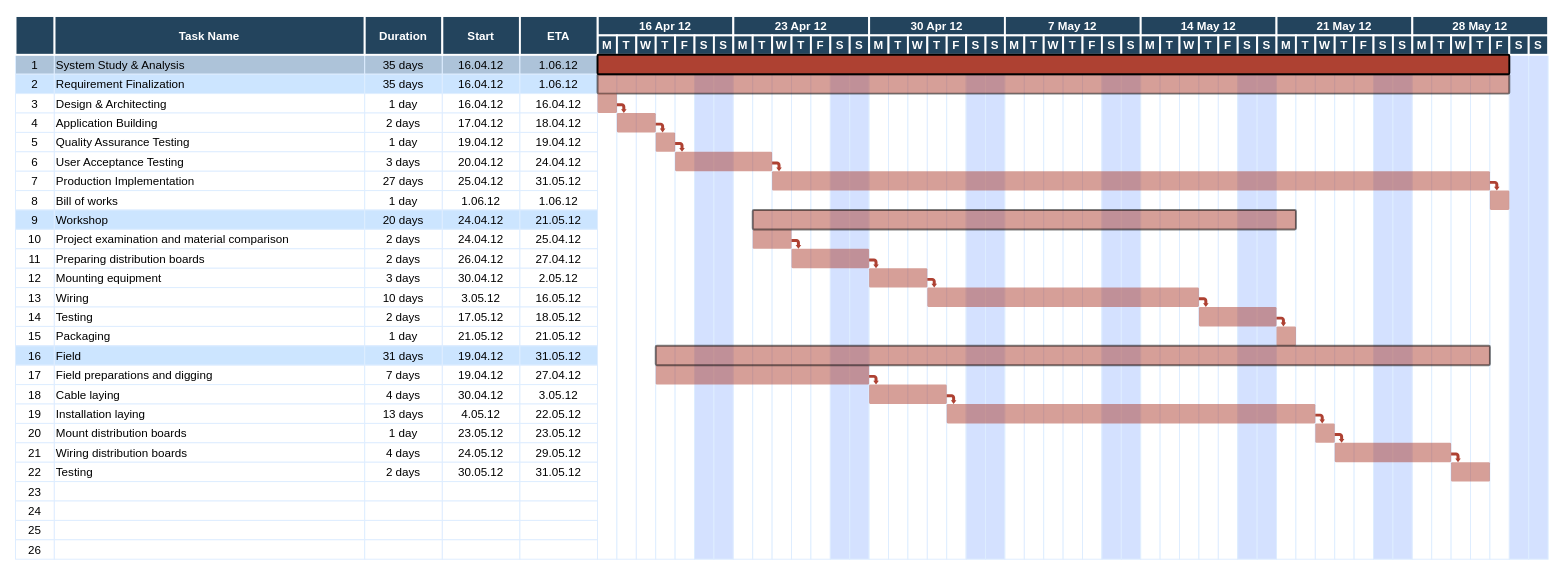
This is Untitled Diagram.drawio from sourav4371/sourav, a draw.io file, before an edit. Source tidied: cells renumbered, new cells numbered last; positions are measured from the earlier drawing's top-left corner, leaving out a move shared by most shapes. Both pictures are drawn from the tidied source at 97%, with x=0, y=0 at pixel (15, 16).
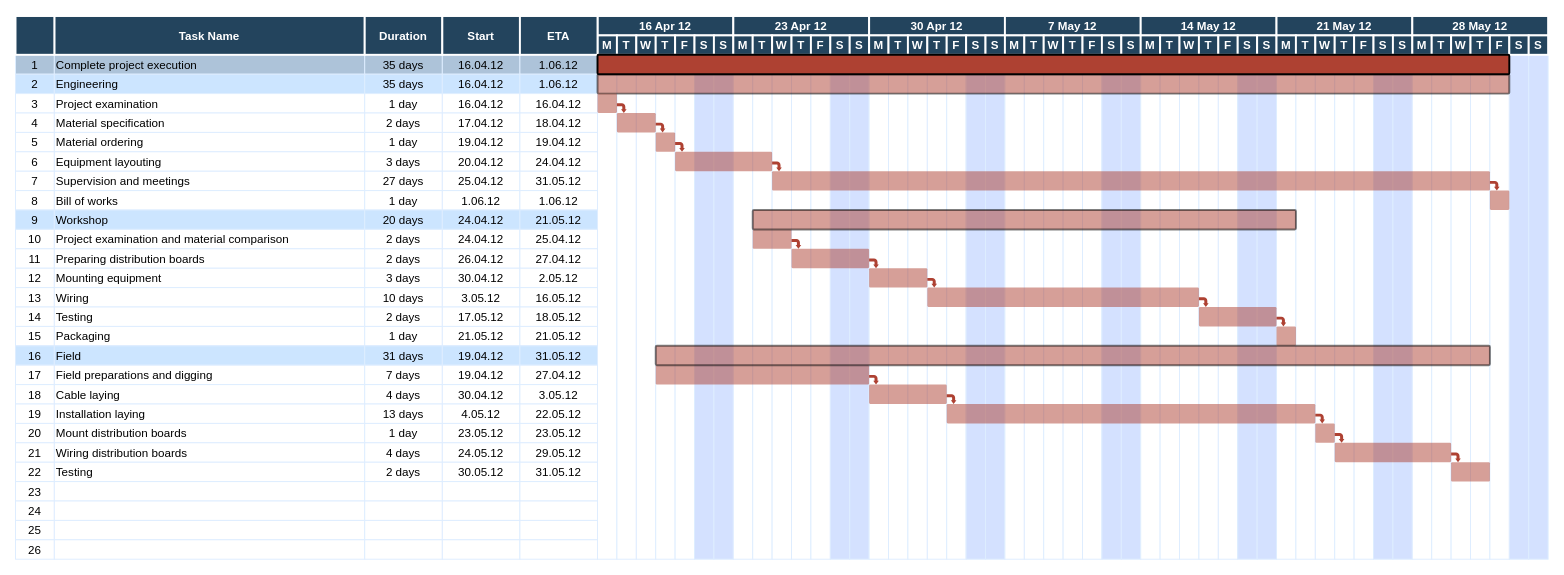
The same diagram, later.

What changed in the source:
```diff
@@
-    <mxCell id="3" value="System Study &amp; Analysis" style="align=left;strokeColor=#DEEDFF;fillColor=#ADC3D9;" parent="1" vertex="1">
+    <mxCell id="3" value="Complete project execution" style="align=left;strokeColor=#DEEDFF;fillColor=#ADC3D9;" parent="1" vertex="1">
       <mxGeometry x="40.5" y="40" width="320" height="20" as="geometry" />
     </mxCell>
@@
-    <mxCell id="9" value="Requirement Finalization" style="align=left;strokeColor=#DEEDFF;fillColor=#CCE5FF;" parent="1" vertex="1">
+    <mxCell id="9" value="Engineering" style="align=left;strokeColor=#DEEDFF;fillColor=#CCE5FF;" parent="1" vertex="1">
       <mxGeometry x="40.5" y="60" width="320" height="20" as="geometry" />
     </mxCell>
@@
-    <mxCell id="14" value="Design &amp; Architecting" style="align=left;strokeColor=#DEEDFF;" parent="1" vertex="1">
+    <mxCell id="14" value="Project examination" style="align=left;strokeColor=#DEEDFF;" parent="1" vertex="1">
       <mxGeometry x="40.5" y="80" width="320" height="20" as="geometry" />
     </mxCell>
@@
-    <mxCell id="19" value="Application Building" style="align=left;strokeColor=#DEEDFF;" parent="1" vertex="1">
+    <mxCell id="19" value="Material specification" style="align=left;strokeColor=#DEEDFF;" parent="1" vertex="1">
       <mxGeometry x="40.5" y="100" width="320" height="20" as="geometry" />
     </mxCell>
@@
-    <mxCell id="24" value="Quality Assurance Testing " style="align=left;strokeColor=#DEEDFF;" parent="1" vertex="1">
+    <mxCell id="24" value="Material ordering" style="align=left;strokeColor=#DEEDFF;" parent="1" vertex="1">
       <mxGeometry x="40.5" y="120" width="320" height="20" as="geometry" />
     </mxCell>
@@
-    <mxCell id="29" value="User Acceptance Testing" style="align=left;strokeColor=#DEEDFF;" parent="1" vertex="1">
+    <mxCell id="29" value="Equipment layouting" style="align=left;strokeColor=#DEEDFF;" parent="1" vertex="1">
       <mxGeometry x="40.5" y="140" width="320" height="20" as="geometry" />
     </mxCell>
@@
-    <mxCell id="34" value="Production Implementation" style="align=left;strokeColor=#DEEDFF;" parent="1" vertex="1">
+    <mxCell id="34" value="Supervision and meetings" style="align=left;strokeColor=#DEEDFF;" parent="1" vertex="1">
       <mxGeometry x="40.5" y="160" width="320" height="20" as="geometry" />
     </mxCell>
```
